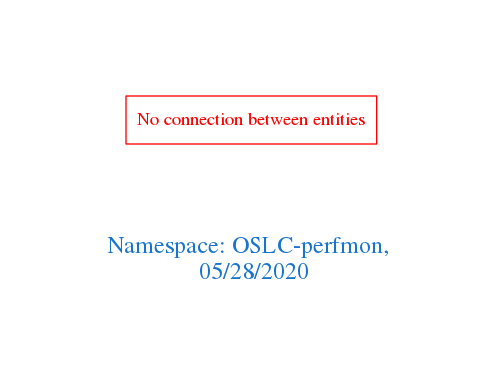
This is downloads/OSLC-perfmon.png from arago/OGIT, a Graphviz export, as it was before one commit. Its source is kept beside it as downloads/OSLC-perfmon.dot.
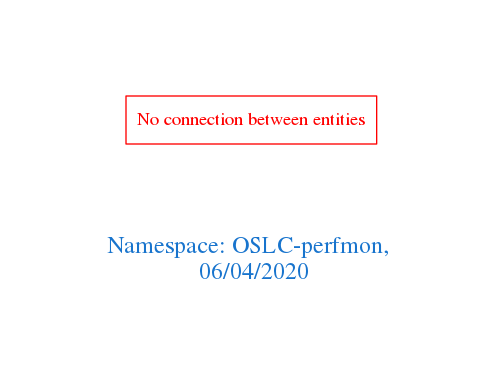
The same diagram one commit later.

The edit, as a diff of the source:
```diff
@@ -1,7 +1,7 @@
 digraph OGIT_ontology {
  graph [ rankdir= LR,pad=1
 fontsize = 18,
-fontcolor= dodgerblue3,label = "\n\n\nNamespace: OSLC-perfmon, \n 05/28/2020"];
+fontcolor= dodgerblue3,label = "\n\n\nNamespace: OSLC-perfmon, \n 06/04/2020"];
 node[shape=polygon];
 edge [  color="gray81"];
 
```
